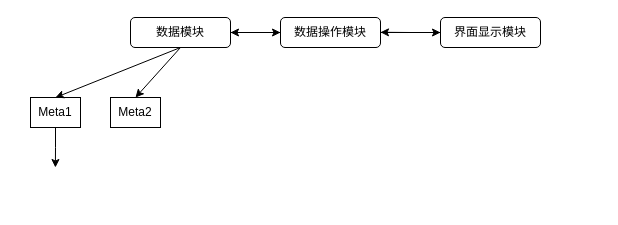
This is Untitled Diagram.drawio from ly350268634/tensorflow, a draw.io file, before an edit. Source tidied: cells renumbered, new cells numbered last; positions are measured from the earlier drawing's top-left corner, leaving out a move shared by most shapes. Both pictures are drawn from the tidied source at 100%, with x=0, y=0 at pixel (30, 17).
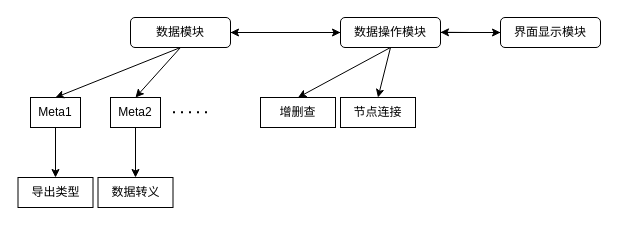
After the change.

Unchanged cells that the change refers to:
```xml
<mxCell id="10" value="Meta1" style="rounded=0;whiteSpace=wrap;html=1;" parent="1" vertex="1">
  <mxGeometry y="80" width="50" height="30" as="geometry" />
</mxCell>
<mxCell id="12" value="Meta2" style="rounded=0;whiteSpace=wrap;html=1;" parent="1" vertex="1">
  <mxGeometry x="80" y="80" width="50" height="30" as="geometry" />
</mxCell>
```

Diff of the diagram source:
```diff
@@
     <mxCell id="6" value="数据操作模块" style="rounded=1;whiteSpace=wrap;html=1;" parent="1" vertex="1">
-      <mxGeometry x="250" width="100" height="30" as="geometry" />
+      <mxGeometry x="310" width="100" height="30" as="geometry" />
     </mxCell>
     <mxCell id="7" style="edgeStyle=orthogonalEdgeStyle;rounded=0;jettySize=auto;html=1;exitX=0;exitY=0.5;exitDx=0;exitDy=0;" parent="1" edge="1" source="8">
       <mxGeometry relative="1" as="geometry">
-        <mxPoint x="350" y="14.8" as="targetPoint" />
+        <mxPoint x="410" y="14.8" as="targetPoint" />
       </mxGeometry>
     </mxCell>
     <mxCell id="8" value="界面显示模块" style="rounded=1;whiteSpace=wrap;html=1;" parent="1" vertex="1">
-      <mxGeometry x="410" width="100" height="30" as="geometry" />
+      <mxGeometry x="470" width="100" height="30" as="geometry" />
     </mxCell>
-    <mxCell id="9" style="edgeStyle=orthogonalEdgeStyle;rounded=0;jettySize=auto;html=1;exitX=0.5;exitY=1;exitDx=0;exitDy=0;" parent="1" edge="1" source="10">
-      <mxGeometry relative="1" as="geometry">
-        <mxPoint x="24.9" y="150" as="targetPoint" />
-      </mxGeometry>
+    <mxCell id="9" style="edgeStyle=orthogonalEdgeStyle;rounded=0;jettySize=auto;html=1;exitX=0.5;exitY=1;exitDx=0;exitDy=0;entryX=0.5;entryY=0;entryDx=0;entryDy=0;" parent="1" edge="1" source="10" target="15">
+      <mxGeometry relative="1" as="geometry" />
     </mxCell>
@@
+    <mxCell id="14" style="edgeStyle=orthogonalEdgeStyle;rounded=0;jettySize=auto;html=1;exitX=0.5;exitY=1;exitDx=0;exitDy=0;entryX=0.5;entryY=0;entryDx=0;entryDy=0;" parent="1" edge="1" source="12" target="16">
+      <mxGeometry relative="1" as="geometry" />
+    </mxCell>
@@
+    <mxCell id="15" value="导出类型" style="rounded=0;whiteSpace=wrap;html=1;" parent="1" vertex="1">
+      <mxGeometry x="-12.5" y="160" width="75" height="30" as="geometry" />
+    </mxCell>
+    <mxCell id="16" value="数据转义" style="rounded=0;whiteSpace=wrap;html=1;" parent="1" vertex="1">
+      <mxGeometry x="67.5" y="160" width="75" height="30" as="geometry" />
+    </mxCell>
+    <mxCell id="17" style="endArrow=none;dashed=1;html=1;dashPattern=1 3;strokeWidth=2;" parent="1" edge="1">
+      <mxGeometry relative="1" as="geometry">
+        <mxPoint x="142.5" y="94.7" as="sourcePoint" />
+        <mxPoint x="182.5" y="94.7" as="targetPoint" />
+      </mxGeometry>
+    </mxCell>
+    <mxCell id="18" value="增删查" style="rounded=0;whiteSpace=wrap;html=1;" parent="1" vertex="1">
+      <mxGeometry x="230" y="80" width="75" height="30" as="geometry" />
+    </mxCell>
+    <mxCell id="19" value="节点连接" style="rounded=0;whiteSpace=wrap;html=1;" parent="1" vertex="1">
+      <mxGeometry x="310" y="80" width="75" height="30" as="geometry" />
+    </mxCell>
+    <mxCell id="20" style="endArrow=classic;html=1;exitX=0.5;exitY=1;exitDx=0;exitDy=0;entryX=0.5;entryY=0;entryDx=0;entryDy=0;" parent="1" edge="1" source="6" target="18">
+      <mxGeometry relative="1" as="geometry" />
+    </mxCell>
+    <mxCell id="21" style="endArrow=classic;html=1;exitX=0.5;exitY=1;exitDx=0;exitDy=0;entryX=0.5;entryY=0;entryDx=0;entryDy=0;" parent="1" edge="1" source="6" target="19">
+      <mxGeometry relative="1" as="geometry" />
+    </mxCell>
```
